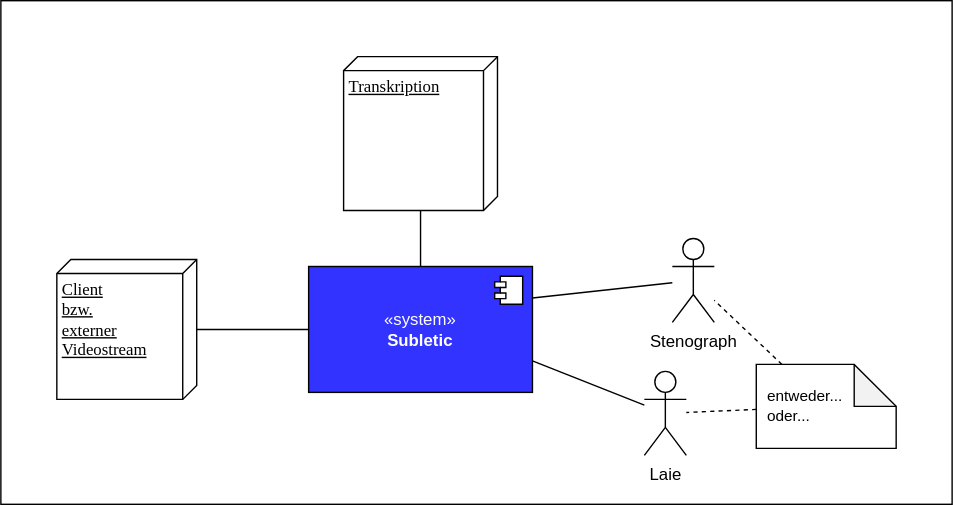
The draw.io diagram img/FachlicherKontext.drawio.svg in Subletic/Documentation, before a commit. Source tidied: cells renumbered, new cells last; positions are measured from the earlier drawing's top-left corner, leaving out a move shared by most shapes.
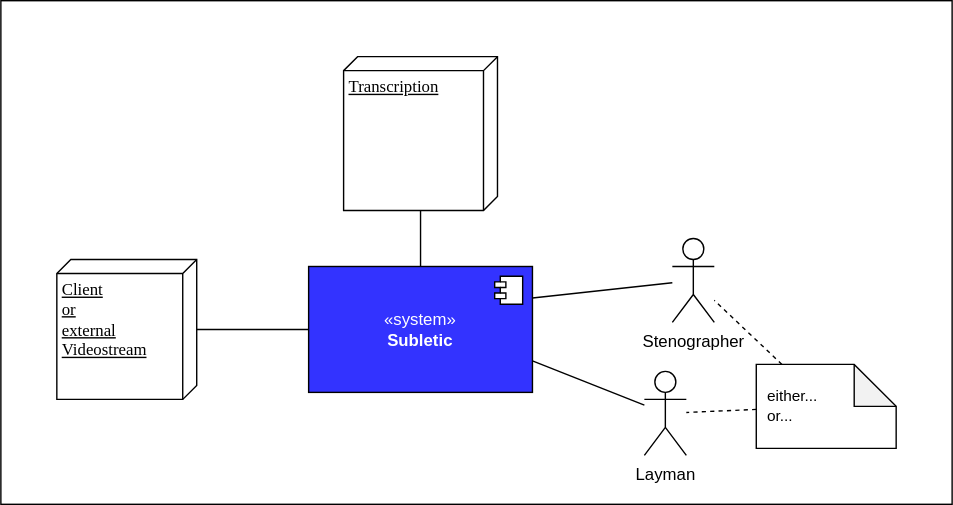
After the commit.

The edit, as a diff of the source:
```diff
@@ -8,7 +8,7 @@
     <mxCell id="3" style="jettySize=auto;html=1;entryX=0;entryY=0.5;entryDx=0;entryDy=0;rounded=0;endArrow=none;endFill=0;" parent="1" edge="1" source="4" target="5">
       <mxGeometry relative="1" as="geometry" />
     </mxCell>
-    <mxCell id="4" value="&lt;div&gt;Client&lt;/div&gt;&lt;div&gt;bzw.&lt;/div&gt;&lt;div&gt;externer&lt;/div&gt;&lt;div&gt;Videostream&lt;/div&gt;" style="verticalAlign=top;align=left;spacingTop=8;spacingLeft=2;spacingRight=12;shape=cube;size=10;direction=south;fontStyle=4;html=1;rounded=0;shadow=0;comic=0;labelBackgroundColor=none;strokeWidth=1;fontFamily=Verdana;fontSize=12;" parent="1" vertex="1">
+    <mxCell id="4" value="&lt;div&gt;Client&lt;/div&gt;&lt;div&gt;or&lt;/div&gt;&lt;div&gt;external&lt;/div&gt;&lt;div&gt;Videostream&lt;/div&gt;" style="verticalAlign=top;align=left;spacingTop=8;spacingLeft=2;spacingRight=12;shape=cube;size=10;direction=south;fontStyle=4;html=1;rounded=0;shadow=0;comic=0;labelBackgroundColor=none;strokeWidth=1;fontFamily=Verdana;fontSize=12;" parent="1" vertex="1">
       <mxGeometry x="40" y="185" width="100" height="100" as="geometry" />
     </mxCell>
     <mxCell id="5" value="«system»&lt;br&gt;&lt;b&gt;Subletic&lt;/b&gt;" style="html=1;whiteSpace=wrap;fillColor=#3333FF;fontColor=#FFFFFF;" parent="1" vertex="1">
@@ -25,25 +25,25 @@
     <mxCell id="8" style="rounded=0;jettySize=auto;html=1;endArrow=none;endFill=0;dashed=1;" parent="1" edge="1" source="9" target="13">
       <mxGeometry relative="1" as="geometry" />
     </mxCell>
-    <mxCell id="9" value="&lt;div style=&quot;font-size: 11px;&quot; align=&quot;left&quot;&gt;&lt;font style=&quot;font-size: 11px;&quot;&gt;&amp;nbsp; entweder...&lt;/font&gt;&lt;/div&gt;&lt;div style=&quot;font-size: 11px;&quot; align=&quot;left&quot;&gt;&lt;font style=&quot;font-size: 11px;&quot;&gt;&amp;nbsp; oder...&lt;font style=&quot;font-size: 11px;&quot;&gt;&lt;br&gt;&lt;/font&gt;&lt;/font&gt;&lt;/div&gt;" style="shape=note;whiteSpace=wrap;html=1;backgroundOutline=1;darkOpacity=0.05;align=left;" parent="1" vertex="1">
+    <mxCell id="9" value="&lt;div style=&quot;font-size: 11px;&quot; align=&quot;left&quot;&gt;&lt;font style=&quot;font-size: 11px;&quot;&gt;&amp;nbsp; either...&lt;/font&gt;&lt;/div&gt;&lt;div style=&quot;font-size: 11px;&quot; align=&quot;left&quot;&gt;&lt;font style=&quot;font-size: 11px;&quot;&gt;&amp;nbsp; or...&lt;font style=&quot;font-size: 11px;&quot;&gt;&lt;br&gt;&lt;/font&gt;&lt;/font&gt;&lt;/div&gt;" style="shape=note;whiteSpace=wrap;html=1;backgroundOutline=1;darkOpacity=0.05;align=left;" parent="1" vertex="1">
       <mxGeometry x="540" y="260" width="100" height="60" as="geometry" />
     </mxCell>
     <mxCell id="10" style="rounded=0;jettySize=auto;html=1;endArrow=none;endFill=0;entryX=1;entryY=0.75;entryDx=0;entryDy=0;" parent="1" edge="1" source="11" target="5">
       <mxGeometry relative="1" as="geometry" />
     </mxCell>
-    <mxCell id="11" value="Laie" style="shape=umlActor;verticalLabelPosition=bottom;verticalAlign=top;html=1;" parent="1" vertex="1">
+    <mxCell id="11" value="Layman" style="shape=umlActor;verticalLabelPosition=bottom;verticalAlign=top;html=1;" parent="1" vertex="1">
       <mxGeometry x="460" y="265" width="30" height="60" as="geometry" />
     </mxCell>
     <mxCell id="12" style="rounded=0;jettySize=auto;html=1;endArrow=none;endFill=0;entryX=1;entryY=0.25;entryDx=0;entryDy=0;" parent="1" edge="1" source="13" target="5">
       <mxGeometry relative="1" as="geometry" />
     </mxCell>
-    <mxCell id="13" value="Stenograph" style="shape=umlActor;verticalLabelPosition=bottom;verticalAlign=top;html=1;" parent="1" vertex="1">
+    <mxCell id="13" value="Stenographer" style="shape=umlActor;verticalLabelPosition=bottom;verticalAlign=top;html=1;" parent="1" vertex="1">
       <mxGeometry x="480" y="170" width="30" height="60" as="geometry" />
     </mxCell>
     <mxCell id="14" style="edgeStyle=orthogonalEdgeStyle;rounded=0;jettySize=auto;html=1;entryX=0.5;entryY=0;entryDx=0;entryDy=0;endArrow=none;endFill=0;" parent="1" edge="1" source="15" target="5">
       <mxGeometry relative="1" as="geometry" />
     </mxCell>
-    <mxCell id="15" value="Transkription" style="verticalAlign=top;align=left;spacingTop=8;spacingLeft=2;spacingRight=12;shape=cube;size=10;direction=south;fontStyle=4;html=1;rounded=0;shadow=0;comic=0;labelBackgroundColor=none;strokeWidth=1;fontFamily=Verdana;fontSize=12;" parent="1" vertex="1">
+    <mxCell id="15" value="Transcription" style="verticalAlign=top;align=left;spacingTop=8;spacingLeft=2;spacingRight=12;shape=cube;size=10;direction=south;fontStyle=4;html=1;rounded=0;shadow=0;comic=0;labelBackgroundColor=none;strokeWidth=1;fontFamily=Verdana;fontSize=12;" parent="1" vertex="1">
       <mxGeometry x="245" y="40" width="110" height="110" as="geometry" />
     </mxCell>
   </root>
```
